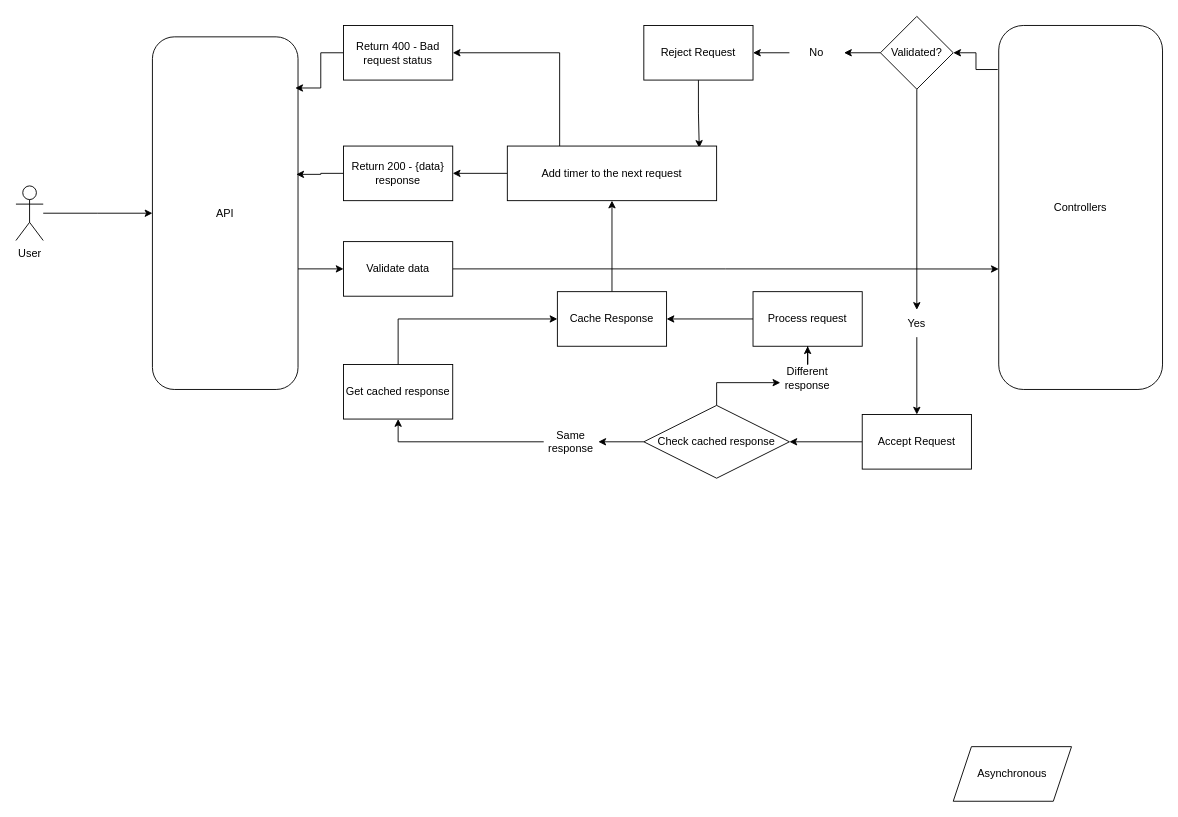
pedrohrbarros/toolbox_backend keeps this draw.io diagram as toolbox_backend.drawio. Above is the earlier version. Source tidied: cells renumbered, new cells numbered last; positions are measured from the earlier drawing's top-left corner, leaving out a move shared by most shapes. Both pictures are drawn from the tidied source at 91%, with x=0, y=0 at pixel (15, 16).
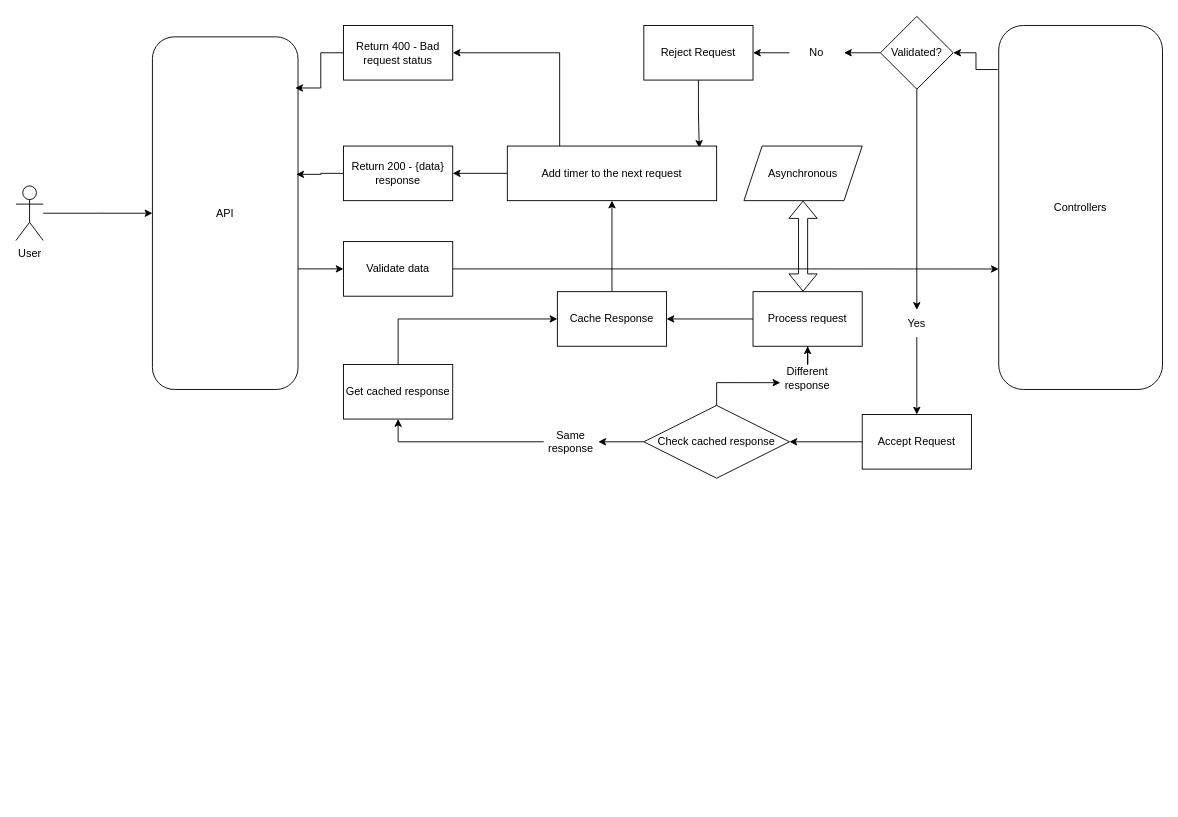
The same diagram, later.

Change to the diagram source:
```diff
@@
     <mxCell id="28" value="Asynchronous" style="shape=parallelogram;perimeter=parallelogramPerimeter;whiteSpace=wrap;html=1;fixedSize=1;" parent="1" vertex="1">
-      <mxGeometry x="1030" y="802" width="130" height="60" as="geometry" />
+      <mxGeometry x="800" y="142" width="130" height="60" as="geometry" />
     </mxCell>
@@
+    <mxCell id="42" style="shape=flexArrow;endArrow=classic;startArrow=classic;html=1;rounded=0;" parent="1" edge="1" target="28">
+      <mxGeometry relative="1" as="geometry">
+        <mxPoint x="865" y="302" as="sourcePoint" />
+      </mxGeometry>
+    </mxCell>
```
